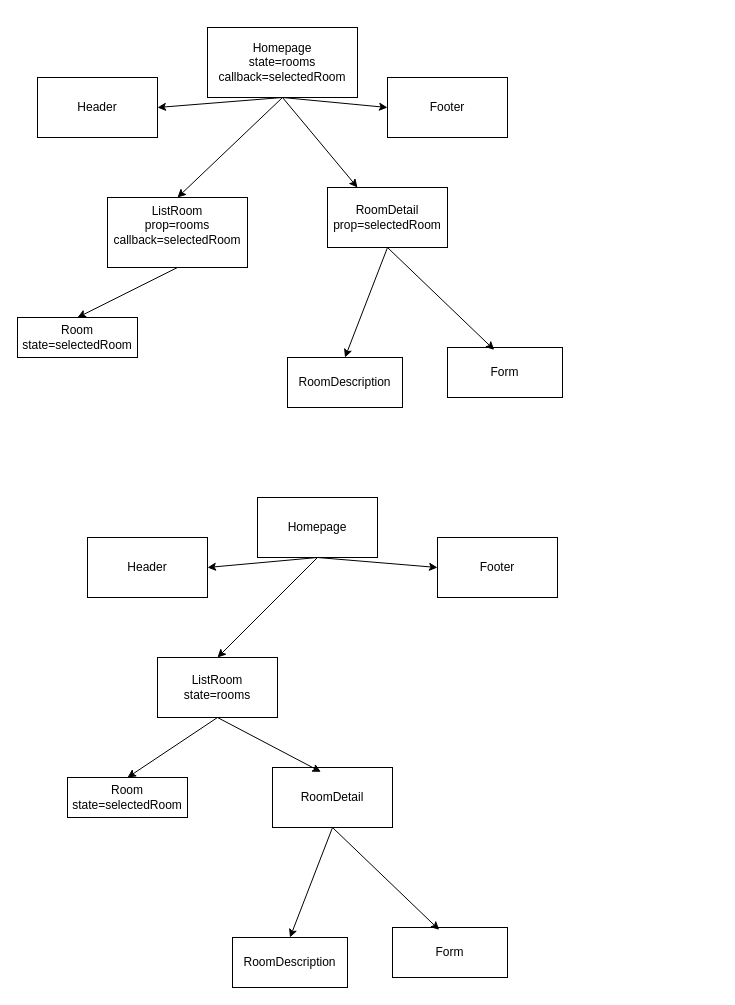
This is src/pages/structure.dio from han-fris/projekt-hotel-stribrava, a draw.io file, before an edit. Source tidied: cells renumbered, new cells numbered last; positions are measured from the earlier drawing's top-left corner, leaving out a move shared by most shapes. Both pictures are drawn from the tidied source at 100%, with x=0, y=0 at pixel (17, 27).
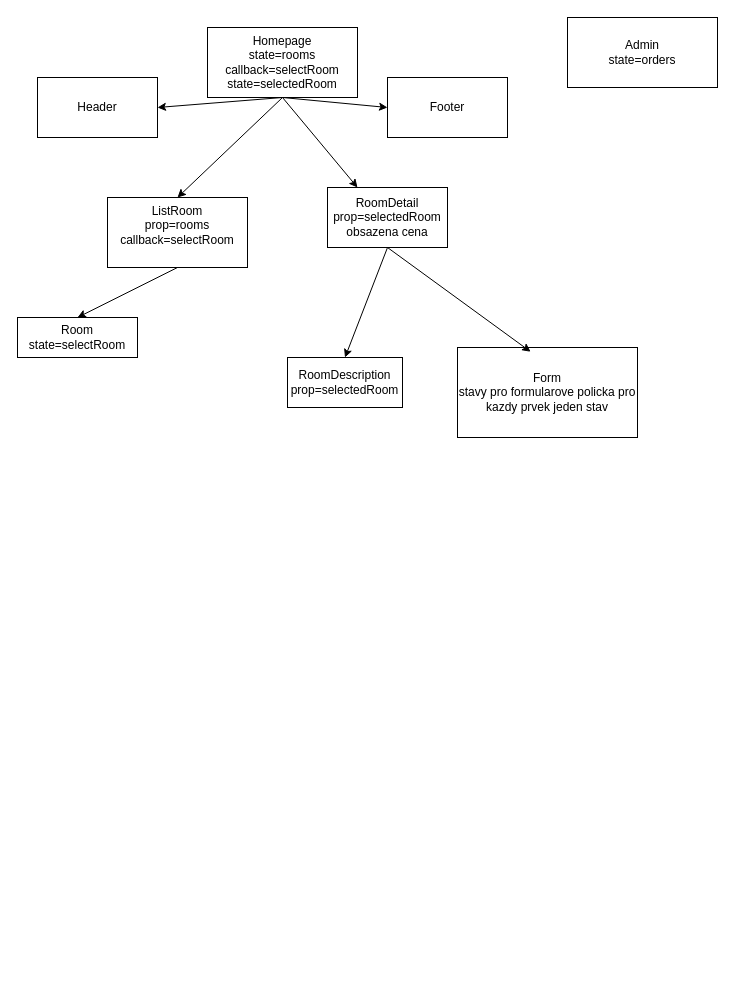
After the change.

Change to the diagram source:
```diff
@@
-    <mxCell id="6" value="Homepage&lt;div&gt;state=rooms&lt;/div&gt;&lt;div&gt;callback=selectedRoom&lt;/div&gt;" style="rounded=0;whiteSpace=wrap;html=1;" parent="1" vertex="1">
+    <mxCell id="6" value="Homepage&lt;div&gt;state=rooms&lt;/div&gt;&lt;div&gt;callback=selectRoom&lt;/div&gt;&lt;div&gt;state=selectedRoom&lt;/div&gt;" style="rounded=0;whiteSpace=wrap;html=1;" parent="1" vertex="1">
       <mxGeometry x="190" width="150" height="70" as="geometry" />
     </mxCell>
-    <mxCell id="7" value="RoomDescription" style="rounded=0;whiteSpace=wrap;html=1;" parent="1" vertex="1">
+    <mxCell id="7" value="RoomDescription&lt;div&gt;prop=selectedRoom&lt;/div&gt;" style="rounded=0;whiteSpace=wrap;html=1;" parent="1" vertex="1">
       <mxGeometry x="270" y="330" width="115" height="50" as="geometry" />
     </mxCell>
@@
-    <mxCell id="10" value="ListRoom&lt;div&gt;&lt;font color=&quot;#000000&quot;&gt;prop=rooms&lt;/font&gt;&lt;/div&gt;&lt;div&gt;&lt;font color=&quot;#000000&quot;&gt;&lt;font color=&quot;#000000&quot;&gt;callback=selectedRoom&lt;br&gt;&lt;/font&gt;&lt;/font&gt;&lt;div&gt;&lt;br&gt;&lt;/div&gt;&lt;/div&gt;" style="rounded=0;whiteSpace=wrap;html=1;" parent="1" vertex="1">
+    <mxCell id="10" value="ListRoom&lt;div&gt;&lt;font color=&quot;#000000&quot;&gt;prop=rooms&lt;/font&gt;&lt;/div&gt;&lt;div&gt;&lt;font color=&quot;#000000&quot;&gt;&lt;font color=&quot;#000000&quot;&gt;callback=selectRoom&lt;br&gt;&lt;/font&gt;&lt;/font&gt;&lt;div&gt;&lt;br&gt;&lt;/div&gt;&lt;/div&gt;" style="rounded=0;whiteSpace=wrap;html=1;" parent="1" vertex="1">
       <mxGeometry x="90" y="170" width="140" height="70" as="geometry" />
     </mxCell>
-    <mxCell id="11" value="Room&lt;div&gt;state=selectedRoom&lt;/div&gt;" style="rounded=0;whiteSpace=wrap;html=1;" parent="1" vertex="1">
+    <mxCell id="11" value="Room&lt;div&gt;state=selectRoom&lt;/div&gt;" style="rounded=0;whiteSpace=wrap;html=1;" parent="1" vertex="1">
       <mxGeometry y="290" width="120" height="40" as="geometry" />
     </mxCell>
@@
-    <mxCell id="13" value="RoomDetail&lt;div&gt;prop=selectedRoom&lt;/div&gt;" style="rounded=0;whiteSpace=wrap;html=1;" parent="1" vertex="1">
+    <mxCell id="13" value="RoomDetail&lt;div&gt;prop=selectedRoom&lt;/div&gt;&lt;div&gt;obsazena cena&lt;/div&gt;" style="rounded=0;whiteSpace=wrap;html=1;" parent="1" vertex="1">
       <mxGeometry x="310" y="160" width="120" height="60" as="geometry" />
     </mxCell>
@@
-    <mxCell id="15" value="Form" style="rounded=0;whiteSpace=wrap;html=1;" parent="1" vertex="1">
-      <mxGeometry x="430" y="320" width="115" height="50" as="geometry" />
+    <mxCell id="15" value="Form&lt;div&gt;stavy pro formularove policka pro kazdy prvek jeden stav&lt;/div&gt;" style="rounded=0;whiteSpace=wrap;html=1;" parent="1" vertex="1">
+      <mxGeometry x="440" y="320" width="180" height="90" as="geometry" />
     </mxCell>
@@
-    <mxCell id="17" style="edgeStyle=none;html=1;exitX=0.5;exitY=1;exitDx=0;exitDy=0;entryX=1;entryY=0.5;entryDx=0;entryDy=0;" parent="1" edge="1" source="20" target="28">
-      <mxGeometry relative="1" as="geometry" />
-    </mxCell>
-    <mxCell id="18" style="edgeStyle=none;html=1;exitX=0.5;exitY=1;exitDx=0;exitDy=0;entryX=0;entryY=0.5;entryDx=0;entryDy=0;" parent="1" edge="1" source="20" target="22">
-      <mxGeometry relative="1" as="geometry" />
-    </mxCell>
-    <mxCell id="19" style="edgeStyle=none;html=1;exitX=0.5;exitY=1;exitDx=0;exitDy=0;entryX=0.5;entryY=0;entryDx=0;entryDy=0;" parent="1" edge="1" source="20" target="24">
-      <mxGeometry relative="1" as="geometry" />
-    </mxCell>
-    <mxCell id="20" value="Homepage" style="rounded=0;whiteSpace=wrap;html=1;" parent="1" vertex="1">
-      <mxGeometry x="240" y="470" width="120" height="60" as="geometry" />
-    </mxCell>
-    <mxCell id="21" value="RoomDescription" style="rounded=0;whiteSpace=wrap;html=1;" parent="1" vertex="1">
-      <mxGeometry x="215" y="910" width="115" height="50" as="geometry" />
-    </mxCell>
-    <mxCell id="22" value="Footer" style="rounded=0;whiteSpace=wrap;html=1;" parent="1" vertex="1">
-      <mxGeometry x="420" y="510" width="120" height="60" as="geometry" />
-    </mxCell>
-    <mxCell id="23" style="edgeStyle=none;html=1;exitX=0.5;exitY=1;exitDx=0;exitDy=0;entryX=0.5;entryY=0;entryDx=0;entryDy=0;" parent="1" edge="1" source="24" target="25">
-      <mxGeometry relative="1" as="geometry" />
-    </mxCell>
-    <mxCell id="24" value="ListRoom&lt;div&gt;state=rooms&lt;/div&gt;" style="rounded=0;whiteSpace=wrap;html=1;" parent="1" vertex="1">
-      <mxGeometry x="140" y="630" width="120" height="60" as="geometry" />
-    </mxCell>
-    <mxCell id="25" value="Room&lt;div&gt;state=selectedRoom&lt;/div&gt;" style="rounded=0;whiteSpace=wrap;html=1;" parent="1" vertex="1">
-      <mxGeometry x="50" y="750" width="120" height="40" as="geometry" />
-    </mxCell>
-    <mxCell id="26" style="edgeStyle=none;html=1;exitX=0.5;exitY=1;exitDx=0;exitDy=0;entryX=0.5;entryY=0;entryDx=0;entryDy=0;" parent="1" edge="1" source="27" target="21">
-      <mxGeometry relative="1" as="geometry" />
-    </mxCell>
-    <mxCell id="27" value="RoomDetail" style="rounded=0;whiteSpace=wrap;html=1;" parent="1" vertex="1">
-      <mxGeometry x="255" y="740" width="120" height="60" as="geometry" />
-    </mxCell>
-    <mxCell id="28" value="Header" style="rounded=0;whiteSpace=wrap;html=1;" parent="1" vertex="1">
-      <mxGeometry x="70" y="510" width="120" height="60" as="geometry" />
-    </mxCell>
-    <mxCell id="29" value="Form" style="rounded=0;whiteSpace=wrap;html=1;" parent="1" vertex="1">
-      <mxGeometry x="375" y="900" width="115" height="50" as="geometry" />
-    </mxCell>
-    <mxCell id="30" style="edgeStyle=none;html=1;exitX=0.5;exitY=1;exitDx=0;exitDy=0;entryX=0.406;entryY=0.047;entryDx=0;entryDy=0;entryPerimeter=0;" parent="1" edge="1" source="27" target="29">
-      <mxGeometry relative="1" as="geometry" />
-    </mxCell>
-    <mxCell id="31" style="edgeStyle=none;html=1;exitX=0.5;exitY=1;exitDx=0;exitDy=0;entryX=0.403;entryY=0.072;entryDx=0;entryDy=0;entryPerimeter=0;" parent="1" edge="1" source="24" target="27">
-      <mxGeometry relative="1" as="geometry" />
-    </mxCell>
+    <mxCell id="32" value="Admin&lt;div&gt;state=orders&lt;/div&gt;" style="rounded=0;whiteSpace=wrap;html=1;" parent="1" vertex="1">
+      <mxGeometry x="550" y="-10" width="150" height="70" as="geometry" />
+    </mxCell>
```
